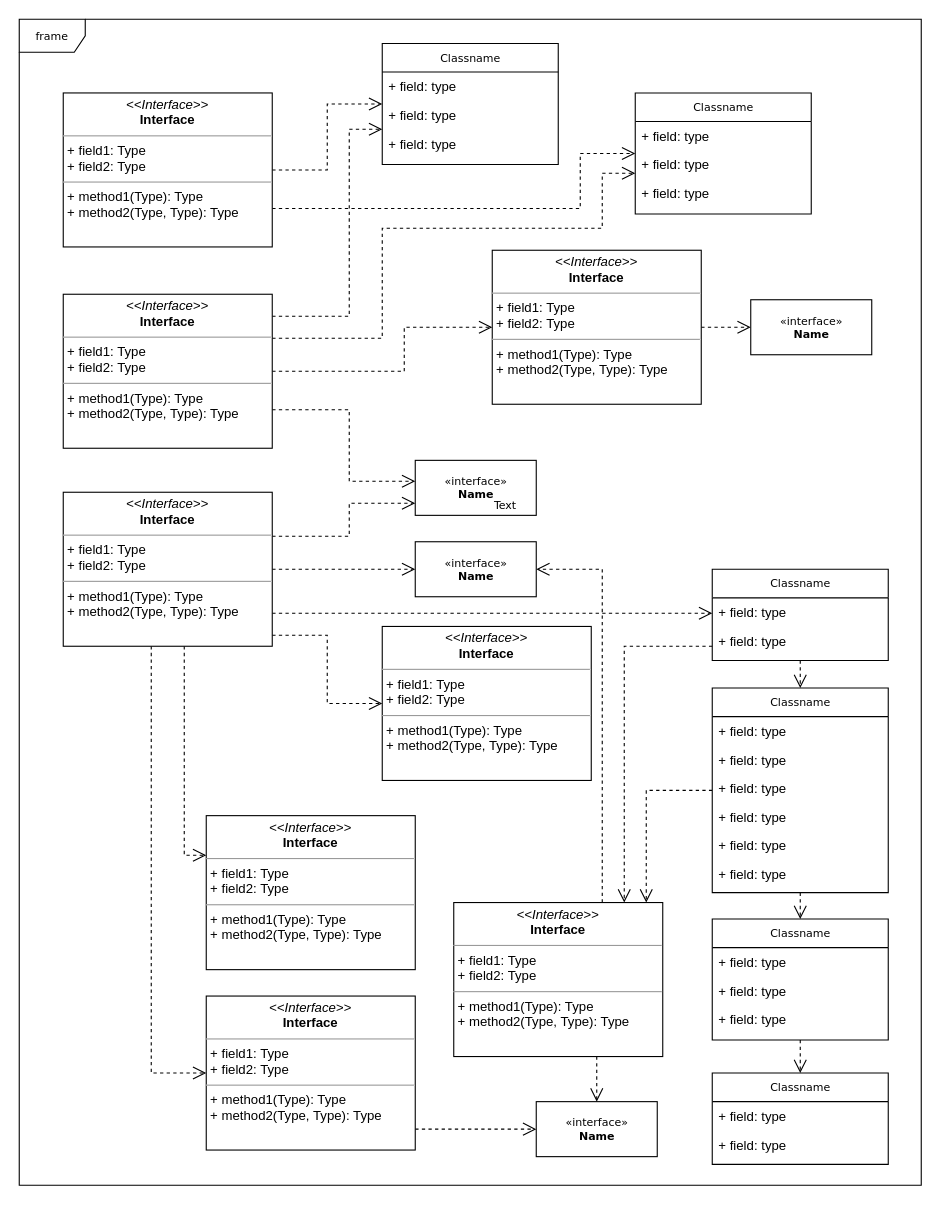
Earlier version of the draw.io diagram DB I/RC (Pseudo) Data structure.drawio (NeutronBlast/IS-Ex). Source tidied: cells renumbered, new cells numbered last; positions are measured from the earlier drawing's top-left corner, leaving out a move shared by most shapes. Both pictures are drawn from the tidied source at 110%, with x=0, y=0 at pixel (19, 19).
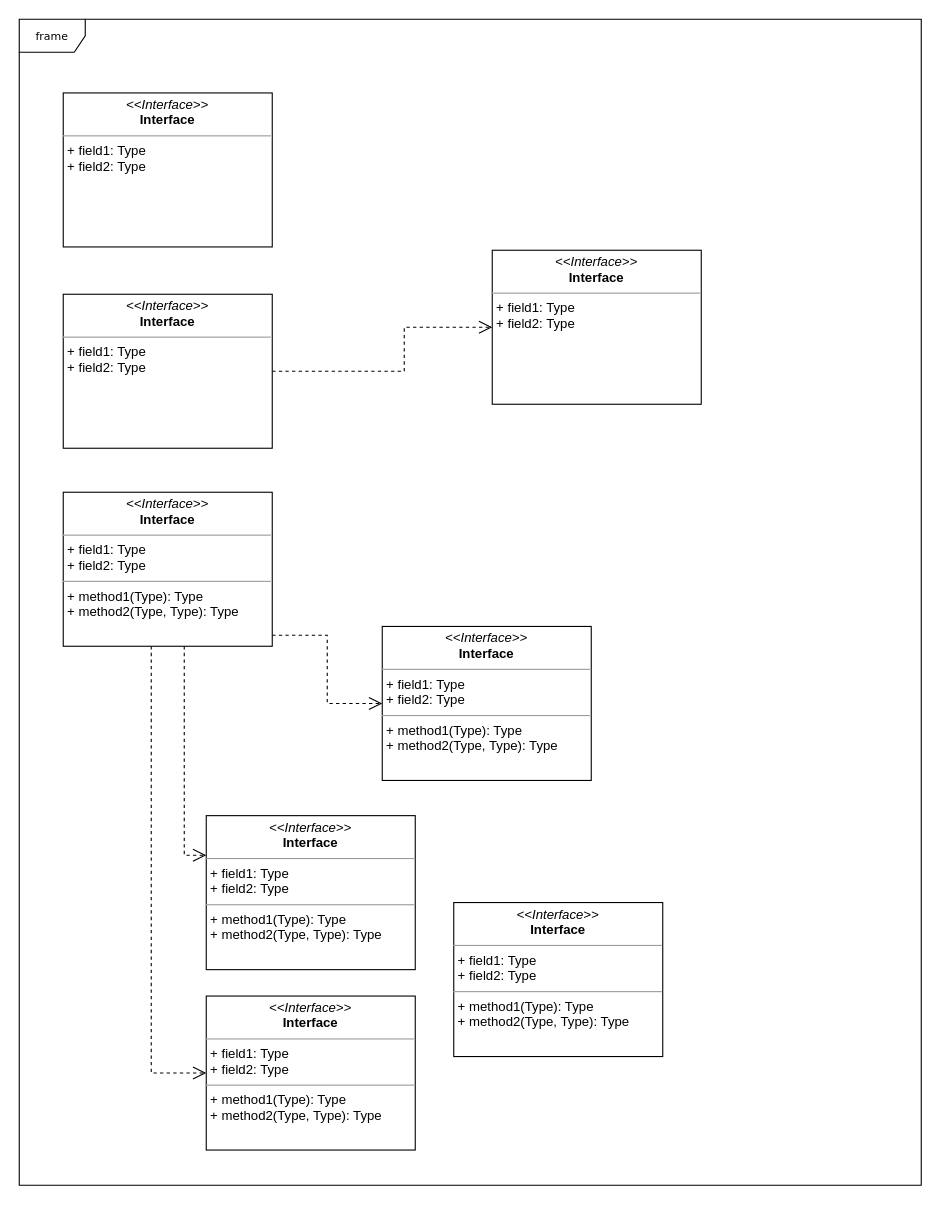
The same diagram, later.

Unchanged cells that the change refers to:
```xml
<mxCell id="35" value="&lt;p style=&quot;margin:0px;margin-top:4px;text-align:center;&quot;&gt;&lt;i&gt;&amp;lt;&amp;lt;Interface&amp;gt;&amp;gt;&lt;/i&gt;&lt;br/&gt;&lt;b&gt;Interface&lt;/b&gt;&lt;/p&gt;&lt;hr size=&quot;1&quot;/&gt;&lt;p style=&quot;margin:0px;margin-left:4px;&quot;&gt;+ field1: Type&lt;br/&gt;+ field2: Type&lt;/p&gt;&lt;hr size=&quot;1&quot;/&gt;&lt;p style=&quot;margin:0px;margin-left:4px;&quot;&gt;+ method1(Type): Type&lt;br/&gt;+ method2(Type, Type): Type&lt;/p&gt;" style="verticalAlign=top;align=left;overflow=fill;fontSize=12;fontFamily=Helvetica;html=1;rounded=0;shadow=0;comic=0;labelBackgroundColor=none;strokeColor=#000000;strokeWidth=1;fillColor=#ffffff;" parent="1" vertex="1">
  <mxGeometry x="395" y="803" width="190" height="140" as="geometry" />
</mxCell>
<mxCell id="38" value="&lt;p style=&quot;margin:0px;margin-top:4px;text-align:center;&quot;&gt;&lt;i&gt;&amp;lt;&amp;lt;Interface&amp;gt;&amp;gt;&lt;/i&gt;&lt;br/&gt;&lt;b&gt;Interface&lt;/b&gt;&lt;/p&gt;&lt;hr size=&quot;1&quot;/&gt;&lt;p style=&quot;margin:0px;margin-left:4px;&quot;&gt;+ field1: Type&lt;br/&gt;+ field2: Type&lt;/p&gt;&lt;hr size=&quot;1&quot;/&gt;&lt;p style=&quot;margin:0px;margin-left:4px;&quot;&gt;+ method1(Type): Type&lt;br/&gt;+ method2(Type, Type): Type&lt;/p&gt;" style="verticalAlign=top;align=left;overflow=fill;fontSize=12;fontFamily=Helvetica;html=1;rounded=0;shadow=0;comic=0;labelBackgroundColor=none;strokeColor=#000000;strokeWidth=1;fillColor=#ffffff;" parent="1" vertex="1">
  <mxGeometry x="170" y="888" width="190" height="140" as="geometry" />
</mxCell>
<mxCell id="60" value="&lt;p style=&quot;margin:0px;margin-top:4px;text-align:center;&quot;&gt;&lt;i&gt;&amp;lt;&amp;lt;Interface&amp;gt;&amp;gt;&lt;/i&gt;&lt;br/&gt;&lt;b&gt;Interface&lt;/b&gt;&lt;/p&gt;&lt;hr size=&quot;1&quot;/&gt;&lt;p style=&quot;margin:0px;margin-left:4px;&quot;&gt;+ field1: Type&lt;br/&gt;+ field2: Type&lt;/p&gt;&lt;hr size=&quot;1&quot;/&gt;&lt;p style=&quot;margin:0px;margin-left:4px;&quot;&gt;+ method1(Type): Type&lt;br/&gt;+ method2(Type, Type): Type&lt;/p&gt;" style="verticalAlign=top;align=left;overflow=fill;fontSize=12;fontFamily=Helvetica;html=1;rounded=0;shadow=0;comic=0;labelBackgroundColor=none;strokeColor=#000000;strokeWidth=1;fillColor=#ffffff;" parent="1" vertex="1">
  <mxGeometry x="40" y="430" width="190" height="140" as="geometry" />
</mxCell>
```

The edit, as a diff of the source:
```diff
@@
-    <mxCell id="3" style="edgeStyle=orthogonalEdgeStyle;rounded=0;html=1;dashed=1;labelBackgroundColor=none;startFill=0;endArrow=open;endFill=0;endSize=10;fontFamily=Verdana;fontSize=10;" parent="1" edge="1" source="5" target="35">
-      <mxGeometry relative="1" as="geometry">
-        <Array as="points">
-          <mxPoint x="570" y="701" />
-        </Array>
-      </mxGeometry>
-    </mxCell>
-    <mxCell id="4" style="edgeStyle=orthogonalEdgeStyle;rounded=0;html=1;dashed=1;labelBackgroundColor=none;startFill=0;endArrow=open;endFill=0;endSize=10;fontFamily=Verdana;fontSize=10;" parent="1" edge="1" source="5" target="24">
-      <mxGeometry relative="1" as="geometry" />
-    </mxCell>
-    <mxCell id="5" value="Classname" style="swimlane;html=1;fontStyle=0;horizontal=1;startSize=26;fillColor=none;swimlaneFillColor=#ffffff;rounded=0;shadow=0;comic=0;labelBackgroundColor=none;strokeColor=#000000;strokeWidth=1;fontFamily=Verdana;fontSize=10;fontColor=#000000;align=center;" parent="1" vertex="1">
-      <mxGeometry x="630" y="608" width="160" height="186" as="geometry" />
-    </mxCell>
-    <mxCell id="6" value="+ field: type" style="text;html=1;strokeColor=none;fillColor=none;align=left;verticalAlign=top;spacingLeft=4;spacingRight=4;whiteSpace=wrap;overflow=hidden;" parent="5" vertex="1">
-      <mxGeometry y="26" width="160" height="26" as="geometry" />
-    </mxCell>
-    <mxCell id="7" value="+ field: type" style="text;html=1;strokeColor=none;fillColor=none;align=left;verticalAlign=top;spacingLeft=4;spacingRight=4;whiteSpace=wrap;overflow=hidden;" parent="5" vertex="1">
-      <mxGeometry y="52" width="160" height="26" as="geometry" />
-    </mxCell>
-    <mxCell id="8" value="+ field: type" style="text;html=1;strokeColor=none;fillColor=none;align=left;verticalAlign=top;spacingLeft=4;spacingRight=4;whiteSpace=wrap;overflow=hidden;" parent="5" vertex="1">
-      <mxGeometry y="78" width="160" height="26" as="geometry" />
-    </mxCell>
-    <mxCell id="9" value="+ field: type" style="text;html=1;strokeColor=none;fillColor=none;align=left;verticalAlign=top;spacingLeft=4;spacingRight=4;whiteSpace=wrap;overflow=hidden;" parent="5" vertex="1">
-      <mxGeometry y="104" width="160" height="26" as="geometry" />
-    </mxCell>
-    <mxCell id="10" value="+ field: type" style="text;html=1;strokeColor=none;fillColor=none;align=left;verticalAlign=top;spacingLeft=4;spacingRight=4;whiteSpace=wrap;overflow=hidden;" parent="5" vertex="1">
-      <mxGeometry y="130" width="160" height="26" as="geometry" />
-    </mxCell>
-    <mxCell id="11" value="+ field: type" style="text;html=1;strokeColor=none;fillColor=none;align=left;verticalAlign=top;spacingLeft=4;spacingRight=4;whiteSpace=wrap;overflow=hidden;" parent="5" vertex="1">
-      <mxGeometry y="156" width="160" height="26" as="geometry" />
-    </mxCell>
-    <mxCell id="12" value="Classname" style="swimlane;html=1;fontStyle=0;horizontal=1;startSize=26;fillColor=none;swimlaneFillColor=#ffffff;rounded=0;shadow=0;comic=0;labelBackgroundColor=none;strokeColor=#000000;strokeWidth=1;fontFamily=Verdana;fontSize=10;fontColor=#000000;align=center;" parent="1" vertex="1">
-      <mxGeometry x="330" y="22" width="160" height="110" as="geometry" />
-    </mxCell>
-    <mxCell id="13" value="+ field: type" style="text;html=1;strokeColor=none;fillColor=none;align=left;verticalAlign=top;spacingLeft=4;spacingRight=4;whiteSpace=wrap;overflow=hidden;" parent="12" vertex="1">
-      <mxGeometry y="26" width="160" height="26" as="geometry" />
-    </mxCell>
-    <mxCell id="14" value="+ field: type" style="text;html=1;strokeColor=none;fillColor=none;align=left;verticalAlign=top;spacingLeft=4;spacingRight=4;whiteSpace=wrap;overflow=hidden;" parent="12" vertex="1">
-      <mxGeometry y="52" width="160" height="26" as="geometry" />
-    </mxCell>
-    <mxCell id="15" value="+ field: type" style="text;html=1;strokeColor=none;fillColor=none;align=left;verticalAlign=top;spacingLeft=4;spacingRight=4;whiteSpace=wrap;overflow=hidden;" parent="12" vertex="1">
-      <mxGeometry y="78" width="160" height="26" as="geometry" />
-    </mxCell>
-    <mxCell id="16" value="Classname" style="swimlane;html=1;fontStyle=0;horizontal=1;startSize=26;fillColor=none;swimlaneFillColor=#ffffff;rounded=0;shadow=0;comic=0;labelBackgroundColor=none;strokeColor=#000000;strokeWidth=1;fontFamily=Verdana;fontSize=10;fontColor=#000000;align=center;" parent="1" vertex="1">
-      <mxGeometry x="560" y="67" width="160" height="110" as="geometry" />
-    </mxCell>
-    <mxCell id="17" value="+ field: type" style="text;html=1;strokeColor=none;fillColor=none;align=left;verticalAlign=top;spacingLeft=4;spacingRight=4;whiteSpace=wrap;overflow=hidden;" parent="16" vertex="1">
-      <mxGeometry y="26" width="160" height="26" as="geometry" />
-    </mxCell>
-    <mxCell id="18" value="+ field: type" style="text;html=1;strokeColor=none;fillColor=none;align=left;verticalAlign=top;spacingLeft=4;spacingRight=4;whiteSpace=wrap;overflow=hidden;" parent="16" vertex="1">
-      <mxGeometry y="52" width="160" height="26" as="geometry" />
-    </mxCell>
-    <mxCell id="19" value="+ field: type" style="text;html=1;strokeColor=none;fillColor=none;align=left;verticalAlign=top;spacingLeft=4;spacingRight=4;whiteSpace=wrap;overflow=hidden;" parent="16" vertex="1">
-      <mxGeometry y="78" width="160" height="26" as="geometry" />
-    </mxCell>
-    <mxCell id="20" value="Classname" style="swimlane;html=1;fontStyle=0;horizontal=1;startSize=26;fillColor=none;swimlaneFillColor=#ffffff;rounded=0;shadow=0;comic=0;labelBackgroundColor=none;strokeColor=#000000;strokeWidth=1;fontFamily=Verdana;fontSize=10;fontColor=#000000;align=center;" parent="1" vertex="1">
-      <mxGeometry x="630" y="958" width="160" height="83" as="geometry" />
-    </mxCell>
-    <mxCell id="21" value="+ field: type" style="text;html=1;strokeColor=none;fillColor=none;align=left;verticalAlign=top;spacingLeft=4;spacingRight=4;whiteSpace=wrap;overflow=hidden;" parent="20" vertex="1">
-      <mxGeometry y="26" width="160" height="26" as="geometry" />
-    </mxCell>
-    <mxCell id="22" value="+ field: type" style="text;html=1;strokeColor=none;fillColor=none;align=left;verticalAlign=top;spacingLeft=4;spacingRight=4;whiteSpace=wrap;overflow=hidden;" parent="20" vertex="1">
-      <mxGeometry y="52" width="160" height="26" as="geometry" />
-    </mxCell>
-    <mxCell id="23" style="edgeStyle=orthogonalEdgeStyle;rounded=0;html=1;dashed=1;labelBackgroundColor=none;startFill=0;endArrow=open;endFill=0;endSize=10;fontFamily=Verdana;fontSize=10;" parent="1" edge="1" source="24" target="20">
-      <mxGeometry relative="1" as="geometry" />
-    </mxCell>
-    <mxCell id="24" value="Classname" style="swimlane;html=1;fontStyle=0;horizontal=1;startSize=26;fillColor=none;swimlaneFillColor=#ffffff;rounded=0;shadow=0;comic=0;labelBackgroundColor=none;strokeColor=#000000;strokeWidth=1;fontFamily=Verdana;fontSize=10;fontColor=#000000;align=center;" parent="1" vertex="1">
-      <mxGeometry x="630" y="818" width="160" height="110" as="geometry" />
-    </mxCell>
-    <mxCell id="25" value="+ field: type" style="text;html=1;strokeColor=none;fillColor=none;align=left;verticalAlign=top;spacingLeft=4;spacingRight=4;whiteSpace=wrap;overflow=hidden;" parent="24" vertex="1">
-      <mxGeometry y="26" width="160" height="26" as="geometry" />
-    </mxCell>
-    <mxCell id="26" value="+ field: type" style="text;html=1;strokeColor=none;fillColor=none;align=left;verticalAlign=top;spacingLeft=4;spacingRight=4;whiteSpace=wrap;overflow=hidden;" parent="24" vertex="1">
-      <mxGeometry y="52" width="160" height="26" as="geometry" />
-    </mxCell>
-    <mxCell id="27" value="+ field: type" style="text;html=1;strokeColor=none;fillColor=none;align=left;verticalAlign=top;spacingLeft=4;spacingRight=4;whiteSpace=wrap;overflow=hidden;" parent="24" vertex="1">
-      <mxGeometry y="78" width="160" height="26" as="geometry" />
-    </mxCell>
-    <mxCell id="28" style="edgeStyle=orthogonalEdgeStyle;rounded=0;html=1;dashed=1;labelBackgroundColor=none;startFill=0;endArrow=open;endFill=0;endSize=10;fontFamily=Verdana;fontSize=10;" parent="1" edge="1" source="29" target="5">
-      <mxGeometry relative="1" as="geometry" />
-    </mxCell>
-    <mxCell id="29" value="Classname" style="swimlane;html=1;fontStyle=0;horizontal=1;startSize=26;fillColor=none;swimlaneFillColor=#ffffff;rounded=0;shadow=0;comic=0;labelBackgroundColor=none;strokeColor=#000000;strokeWidth=1;fontFamily=Verdana;fontSize=10;fontColor=#000000;align=center;" parent="1" vertex="1">
-      <mxGeometry x="630" y="500" width="160" height="83" as="geometry" />
-    </mxCell>
-    <mxCell id="30" value="+ field: type" style="text;html=1;strokeColor=none;fillColor=none;align=left;verticalAlign=top;spacingLeft=4;spacingRight=4;whiteSpace=wrap;overflow=hidden;" parent="29" vertex="1">
-      <mxGeometry y="26" width="160" height="26" as="geometry" />
-    </mxCell>
-    <mxCell id="31" value="+ field: type" style="text;html=1;strokeColor=none;fillColor=none;align=left;verticalAlign=top;spacingLeft=4;spacingRight=4;whiteSpace=wrap;overflow=hidden;" parent="29" vertex="1">
-      <mxGeometry y="52" width="160" height="26" as="geometry" />
-    </mxCell>
-    <mxCell id="32" value="&amp;laquo;interface&amp;raquo;&lt;br&gt;&lt;b&gt;Name&lt;/b&gt;" style="html=1;rounded=0;shadow=0;comic=0;labelBackgroundColor=none;strokeColor=#000000;strokeWidth=1;fillColor=#ffffff;fontFamily=Verdana;fontSize=10;fontColor=#000000;align=center;" parent="1" vertex="1">
-      <mxGeometry x="470" y="984" width="110" height="50" as="geometry" />
-    </mxCell>
-    <mxCell id="33" style="edgeStyle=orthogonalEdgeStyle;rounded=0;html=1;dashed=1;labelBackgroundColor=none;startFill=0;endArrow=open;endFill=0;endSize=10;fontFamily=Verdana;fontSize=10;" parent="1" edge="1" source="35" target="32">
-      <mxGeometry relative="1" as="geometry">
-        <Array as="points">
-          <mxPoint x="525" y="950" />
-          <mxPoint x="525" y="950" />
-        </Array>
-      </mxGeometry>
-    </mxCell>
-    <mxCell id="34" style="edgeStyle=orthogonalEdgeStyle;rounded=0;html=1;dashed=1;labelBackgroundColor=none;startFill=0;endArrow=open;endFill=0;endSize=10;fontFamily=Verdana;fontSize=10;" parent="1" edge="1" source="35" target="40">
-      <mxGeometry relative="1" as="geometry">
-        <Array as="points">
-          <mxPoint x="530" y="500" />
-        </Array>
-      </mxGeometry>
-    </mxCell>
@@
-    <mxCell id="37" style="edgeStyle=orthogonalEdgeStyle;rounded=0;html=1;dashed=1;labelBackgroundColor=none;startFill=0;endArrow=open;endFill=0;endSize=10;fontFamily=Verdana;fontSize=10;" parent="1" edge="1" source="38" target="32">
-      <mxGeometry relative="1" as="geometry">
-        <Array as="points">
-          <mxPoint x="390" y="1009" />
-          <mxPoint x="390" y="1009" />
-        </Array>
-      </mxGeometry>
-    </mxCell>
@@
-    <mxCell id="40" value="&amp;laquo;interface&amp;raquo;&lt;br&gt;&lt;b&gt;Name&lt;/b&gt;" style="html=1;rounded=0;shadow=0;comic=0;labelBackgroundColor=none;strokeColor=#000000;strokeWidth=1;fillColor=#ffffff;fontFamily=Verdana;fontSize=10;fontColor=#000000;align=center;" parent="1" vertex="1">
-      <mxGeometry x="360" y="475" width="110" height="50" as="geometry" />
-    </mxCell>
-    <mxCell id="41" value="&amp;laquo;interface&amp;raquo;&lt;br&gt;&lt;b&gt;Name&lt;/b&gt;" style="html=1;rounded=0;shadow=0;comic=0;labelBackgroundColor=none;strokeColor=#000000;strokeWidth=1;fillColor=#ffffff;fontFamily=Verdana;fontSize=10;fontColor=#000000;align=center;" parent="1" vertex="1">
-      <mxGeometry x="360" y="401" width="110" height="50" as="geometry" />
-    </mxCell>
-    <mxCell id="42" style="edgeStyle=orthogonalEdgeStyle;rounded=0;html=1;dashed=1;labelBackgroundColor=none;startFill=0;endArrow=open;endFill=0;endSize=10;fontFamily=Verdana;fontSize=10;" parent="1" edge="1" source="43" target="45">
-      <mxGeometry relative="1" as="geometry" />
-    </mxCell>
-    <mxCell id="43" value="&lt;p style=&quot;margin:0px;margin-top:4px;text-align:center;&quot;&gt;&lt;i&gt;&amp;lt;&amp;lt;Interface&amp;gt;&amp;gt;&lt;/i&gt;&lt;br/&gt;&lt;b&gt;Interface&lt;/b&gt;&lt;/p&gt;&lt;hr size=&quot;1&quot;/&gt;&lt;p style=&quot;margin:0px;margin-left:4px;&quot;&gt;+ field1: Type&lt;br/&gt;+ field2: Type&lt;/p&gt;&lt;hr size=&quot;1&quot;/&gt;&lt;p style=&quot;margin:0px;margin-left:4px;&quot;&gt;+ method1(Type): Type&lt;br/&gt;+ method2(Type, Type): Type&lt;/p&gt;" style="verticalAlign=top;align=left;overflow=fill;fontSize=12;fontFamily=Helvetica;html=1;rounded=0;shadow=0;comic=0;labelBackgroundColor=none;strokeColor=#000000;strokeWidth=1;fillColor=#ffffff;" parent="1" vertex="1">
+    <mxCell id="43" value="&lt;p style=&quot;margin: 0px ; margin-top: 4px ; text-align: center&quot;&gt;&lt;i&gt;&amp;lt;&amp;lt;Interface&amp;gt;&amp;gt;&lt;/i&gt;&lt;br&gt;&lt;b&gt;Interface&lt;/b&gt;&lt;/p&gt;&lt;hr size=&quot;1&quot;&gt;&lt;p style=&quot;margin: 0px ; margin-left: 4px&quot;&gt;+ field1: Type&lt;br&gt;+ field2: Type&lt;/p&gt;&lt;p style=&quot;margin: 0px ; margin-left: 4px&quot;&gt;&lt;br&gt;&lt;/p&gt;" style="verticalAlign=top;align=left;overflow=fill;fontSize=12;fontFamily=Helvetica;html=1;rounded=0;shadow=0;comic=0;labelBackgroundColor=none;strokeColor=#000000;strokeWidth=1;fillColor=#ffffff;" parent="1" vertex="1">
       <mxGeometry x="430" y="210" width="190" height="140" as="geometry" />
     </mxCell>
-    <mxCell id="44" value="Text" style="text;html=1;align=left;verticalAlign=top;spacingTop=-4;fontSize=10;fontFamily=Verdana;fontColor=#000000;" parent="1" vertex="1">
-      <mxGeometry x="430" y="434" width="40" height="10" as="geometry" />
-    </mxCell>
-    <mxCell id="45" value="&amp;laquo;interface&amp;raquo;&lt;br&gt;&lt;b&gt;Name&lt;/b&gt;" style="html=1;rounded=0;shadow=0;comic=0;labelBackgroundColor=none;strokeColor=#000000;strokeWidth=1;fillColor=#ffffff;fontFamily=Verdana;fontSize=10;fontColor=#000000;align=center;" parent="1" vertex="1">
-      <mxGeometry x="665" y="255" width="110" height="50" as="geometry" />
-    </mxCell>
-    <mxCell id="46" style="edgeStyle=orthogonalEdgeStyle;rounded=0;html=1;labelBackgroundColor=none;startFill=0;endArrow=open;endFill=0;endSize=10;fontFamily=Verdana;fontSize=10;dashed=1;" parent="1" edge="1" source="48" target="12">
-      <mxGeometry relative="1" as="geometry" />
-    </mxCell>
-    <mxCell id="47" style="edgeStyle=orthogonalEdgeStyle;rounded=0;html=1;exitX=1;exitY=0.75;dashed=1;labelBackgroundColor=none;startFill=0;endArrow=open;endFill=0;endSize=10;fontFamily=Verdana;fontSize=10;" parent="1" edge="1" source="48" target="16">
-      <mxGeometry relative="1" as="geometry">
-        <Array as="points">
-          <mxPoint x="510" y="172" />
-          <mxPoint x="510" y="122" />
-        </Array>
-      </mxGeometry>
-    </mxCell>
-    <mxCell id="48" value="&lt;p style=&quot;margin:0px;margin-top:4px;text-align:center;&quot;&gt;&lt;i&gt;&amp;lt;&amp;lt;Interface&amp;gt;&amp;gt;&lt;/i&gt;&lt;br/&gt;&lt;b&gt;Interface&lt;/b&gt;&lt;/p&gt;&lt;hr size=&quot;1&quot;/&gt;&lt;p style=&quot;margin:0px;margin-left:4px;&quot;&gt;+ field1: Type&lt;br/&gt;+ field2: Type&lt;/p&gt;&lt;hr size=&quot;1&quot;/&gt;&lt;p style=&quot;margin:0px;margin-left:4px;&quot;&gt;+ method1(Type): Type&lt;br/&gt;+ method2(Type, Type): Type&lt;/p&gt;" style="verticalAlign=top;align=left;overflow=fill;fontSize=12;fontFamily=Helvetica;html=1;rounded=0;shadow=0;comic=0;labelBackgroundColor=none;strokeColor=#000000;strokeWidth=1;fillColor=#ffffff;" parent="1" vertex="1">
+    <mxCell id="48" value="&lt;p style=&quot;margin: 0px ; margin-top: 4px ; text-align: center&quot;&gt;&lt;i&gt;&amp;lt;&amp;lt;Interface&amp;gt;&amp;gt;&lt;/i&gt;&lt;br&gt;&lt;b&gt;Interface&lt;/b&gt;&lt;/p&gt;&lt;hr size=&quot;1&quot;&gt;&lt;p style=&quot;margin: 0px ; margin-left: 4px&quot;&gt;+ field1: Type&lt;br&gt;+ field2: Type&lt;/p&gt;&lt;p style=&quot;margin: 0px ; margin-left: 4px&quot;&gt;&lt;br&gt;&lt;/p&gt;" style="verticalAlign=top;align=left;overflow=fill;fontSize=12;fontFamily=Helvetica;html=1;rounded=0;shadow=0;comic=0;labelBackgroundColor=none;strokeColor=#000000;strokeWidth=1;fillColor=#ffffff;" parent="1" vertex="1">
       <mxGeometry x="40" y="67" width="190" height="140" as="geometry" />
     </mxCell>
-    <mxCell id="49" style="edgeStyle=orthogonalEdgeStyle;rounded=0;html=1;dashed=1;labelBackgroundColor=none;startFill=0;endArrow=open;endFill=0;endSize=10;fontFamily=Verdana;fontSize=10;" parent="1" edge="1" source="53" target="12">
-      <mxGeometry relative="1" as="geometry">
-        <Array as="points">
-          <mxPoint x="300" y="270" />
-          <mxPoint x="300" y="100" />
-        </Array>
-      </mxGeometry>
-    </mxCell>
-    <mxCell id="50" style="edgeStyle=orthogonalEdgeStyle;rounded=0;html=1;dashed=1;labelBackgroundColor=none;startFill=0;endArrow=open;endFill=0;endSize=10;fontFamily=Verdana;fontSize=10;" parent="1" edge="1" source="53" target="16">
-      <mxGeometry relative="1" as="geometry">
-        <Array as="points">
-          <mxPoint x="330" y="290" />
-          <mxPoint x="330" y="190" />
-          <mxPoint x="530" y="190" />
-          <mxPoint x="530" y="140" />
-        </Array>
-      </mxGeometry>
-    </mxCell>
@@
-    <mxCell id="52" style="edgeStyle=orthogonalEdgeStyle;rounded=0;html=1;exitX=1;exitY=0.75;dashed=1;labelBackgroundColor=none;startFill=0;endArrow=open;endFill=0;endSize=10;fontFamily=Verdana;fontSize=10;" parent="1" edge="1" source="53" target="41">
-      <mxGeometry relative="1" as="geometry">
-        <Array as="points">
-          <mxPoint x="300" y="355" />
-          <mxPoint x="300" y="420" />
-        </Array>
-      </mxGeometry>
-    </mxCell>
-    <mxCell id="53" value="&lt;p style=&quot;margin:0px;margin-top:4px;text-align:center;&quot;&gt;&lt;i&gt;&amp;lt;&amp;lt;Interface&amp;gt;&amp;gt;&lt;/i&gt;&lt;br/&gt;&lt;b&gt;Interface&lt;/b&gt;&lt;/p&gt;&lt;hr size=&quot;1&quot;/&gt;&lt;p style=&quot;margin:0px;margin-left:4px;&quot;&gt;+ field1: Type&lt;br/&gt;+ field2: Type&lt;/p&gt;&lt;hr size=&quot;1&quot;/&gt;&lt;p style=&quot;margin:0px;margin-left:4px;&quot;&gt;+ method1(Type): Type&lt;br/&gt;+ method2(Type, Type): Type&lt;/p&gt;" style="verticalAlign=top;align=left;overflow=fill;fontSize=12;fontFamily=Helvetica;html=1;rounded=0;shadow=0;comic=0;labelBackgroundColor=none;strokeColor=#000000;strokeWidth=1;fillColor=#ffffff;" parent="1" vertex="1">
+    <mxCell id="53" value="&lt;p style=&quot;margin: 0px ; margin-top: 4px ; text-align: center&quot;&gt;&lt;i&gt;&amp;lt;&amp;lt;Interface&amp;gt;&amp;gt;&lt;/i&gt;&lt;br&gt;&lt;b&gt;Interface&lt;/b&gt;&lt;/p&gt;&lt;hr size=&quot;1&quot;&gt;&lt;p style=&quot;margin: 0px ; margin-left: 4px&quot;&gt;+ field1: Type&lt;br&gt;+ field2: Type&lt;/p&gt;&lt;p style=&quot;margin: 0px ; margin-left: 4px&quot;&gt;&lt;br&gt;&lt;/p&gt;" style="verticalAlign=top;align=left;overflow=fill;fontSize=12;fontFamily=Helvetica;html=1;rounded=0;shadow=0;comic=0;labelBackgroundColor=none;strokeColor=#000000;strokeWidth=1;fillColor=#ffffff;" parent="1" vertex="1">
       <mxGeometry x="40" y="250" width="190" height="140" as="geometry" />
     </mxCell>
-    <mxCell id="54" style="edgeStyle=orthogonalEdgeStyle;rounded=0;html=1;dashed=1;labelBackgroundColor=none;startFill=0;endArrow=open;endFill=0;endSize=10;fontFamily=Verdana;fontSize=10;" parent="1" edge="1" source="60" target="41">
-      <mxGeometry relative="1" as="geometry">
-        <Array as="points">
-          <mxPoint x="300" y="470" />
-          <mxPoint x="300" y="440" />
-        </Array>
-      </mxGeometry>
-    </mxCell>
-    <mxCell id="55" style="edgeStyle=orthogonalEdgeStyle;rounded=0;html=1;dashed=1;labelBackgroundColor=none;startFill=0;endArrow=open;endFill=0;endSize=10;fontFamily=Verdana;fontSize=10;" parent="1" edge="1" source="60" target="40">
-      <mxGeometry relative="1" as="geometry" />
-    </mxCell>
@@
-    <mxCell id="57" style="edgeStyle=orthogonalEdgeStyle;rounded=0;html=1;dashed=1;labelBackgroundColor=none;startFill=0;endArrow=open;endFill=0;endSize=10;fontFamily=Verdana;fontSize=10;" parent="1" edge="1" source="60" target="29">
-      <mxGeometry relative="1" as="geometry">
-        <Array as="points">
-          <mxPoint x="330" y="540" />
-          <mxPoint x="330" y="540" />
-        </Array>
-      </mxGeometry>
-    </mxCell>
@@
-    <mxCell id="61" style="edgeStyle=orthogonalEdgeStyle;rounded=0;html=1;dashed=1;labelBackgroundColor=none;startFill=0;endArrow=open;endFill=0;endSize=10;fontFamily=Verdana;fontSize=10;" parent="1" edge="1" source="29" target="35">
-      <mxGeometry relative="1" as="geometry">
-        <Array as="points">
-          <mxPoint x="550" y="570" />
-        </Array>
-      </mxGeometry>
-    </mxCell>
```
